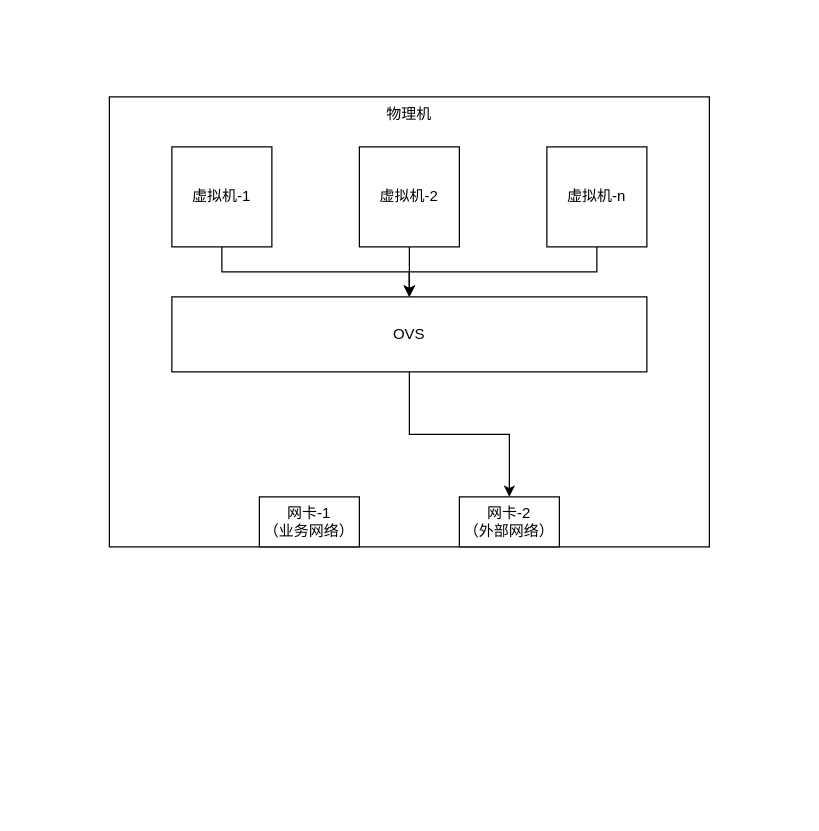
This is test.drawio from wangkuntian/draw, a draw.io file, before an edit. Source tidied: cells renumbered, new cells numbered last; positions are measured from the earlier drawing's top-left corner, leaving out a move shared by most shapes. Both pictures are drawn from the tidied source at 125%, with x=0, y=0 at pixel (109, 96).
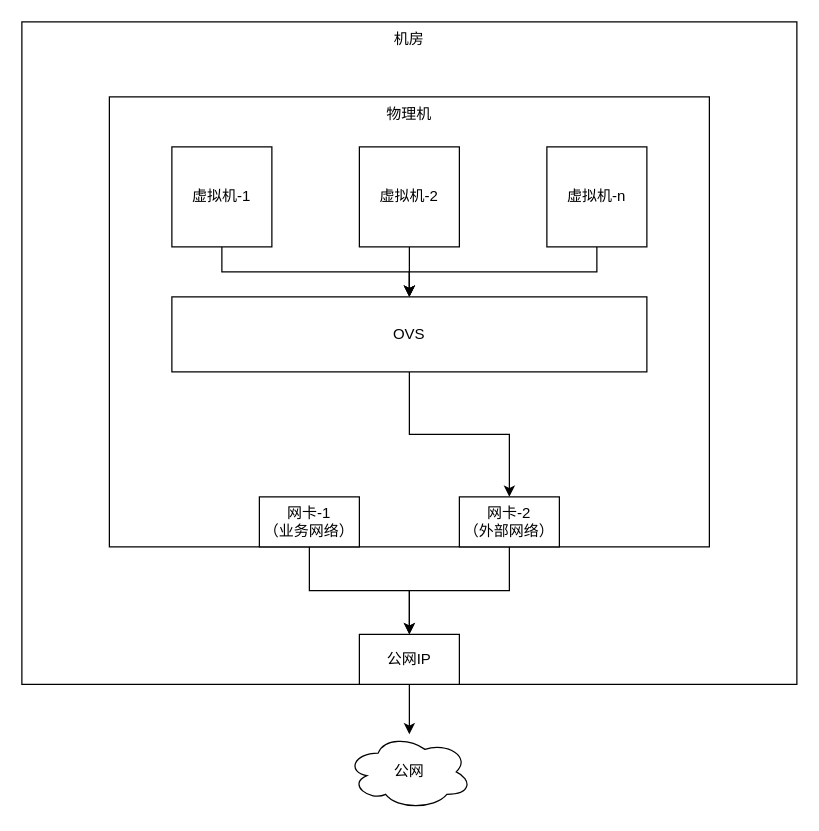
The same page after the edit.

What changed in the source:
```diff
@@
 <mxGraphModel>
   <root>
     <mxCell id="0" />
     <mxCell id="1" parent="0" />
+    <mxCell id="13" value="机房" style="rounded=0;whiteSpace=wrap;html=1;verticalAlign=top;" parent="1" vertex="1">
+      <mxGeometry x="-70" y="-60" width="620" height="530" as="geometry" />
+    </mxCell>
     <mxCell id="2" value="物理机" style="rounded=0;whiteSpace=wrap;html=1;verticalAlign=top;" parent="1" vertex="1">
       <mxGeometry width="480" height="360" as="geometry" />
     </mxCell>
     <mxCell id="3" style="edgeStyle=orthogonalEdgeStyle;rounded=0;jettySize=auto;html=1;" parent="1" edge="1" source="4" target="12">
       <mxGeometry relative="1" as="geometry" />
     </mxCell>
     <mxCell id="4" value="虚拟机-1" style="rounded=0;whiteSpace=wrap;html=1;" parent="1" vertex="1">
       <mxGeometry x="50" y="40" width="80" height="80" as="geometry" />
     </mxCell>
     <mxCell id="5" style="edgeStyle=orthogonalEdgeStyle;rounded=0;jettySize=auto;html=1;" parent="1" edge="1" source="6" target="12">
       <mxGeometry relative="1" as="geometry" />
     </mxCell>
     <mxCell id="6" value="虚拟机-2" style="rounded=0;whiteSpace=wrap;html=1;" parent="1" vertex="1">
       <mxGeometry x="200" y="40" width="80" height="80" as="geometry" />
     </mxCell>
     <mxCell id="7" style="edgeStyle=orthogonalEdgeStyle;rounded=0;jettySize=auto;html=1;" parent="1" edge="1" source="8" target="12">
       <mxGeometry relative="1" as="geometry" />
     </mxCell>
     <mxCell id="8" value="虚拟机-n" style="rounded=0;whiteSpace=wrap;html=1;" parent="1" vertex="1">
       <mxGeometry x="350" y="40" width="80" height="80" as="geometry" />
     </mxCell>
+    <mxCell id="14" style="edgeStyle=orthogonalEdgeStyle;rounded=0;jettySize=auto;html=1;" parent="1" edge="1" source="9" target="17">
+      <mxGeometry relative="1" as="geometry" />
+    </mxCell>
     <mxCell id="9" value="网卡-1&lt;br&gt;（业务网络）" style="rounded=0;whiteSpace=wrap;html=1;" parent="1" vertex="1">
       <mxGeometry x="120" y="320" width="80" height="40" as="geometry" />
     </mxCell>
+    <mxCell id="15" style="edgeStyle=orthogonalEdgeStyle;rounded=0;jettySize=auto;html=1;entryX=0.5;entryY=0;entryDx=0;entryDy=0;" parent="1" edge="1" source="10" target="17">
+      <mxGeometry relative="1" as="geometry" />
+    </mxCell>
     <mxCell id="10" value="网卡-2&lt;br&gt;（外部网络）" style="rounded=0;whiteSpace=wrap;html=1;" parent="1" vertex="1">
       <mxGeometry x="280" y="320" width="80" height="40" as="geometry" />
     </mxCell>
     <mxCell id="11" style="edgeStyle=orthogonalEdgeStyle;rounded=0;jettySize=auto;html=1;entryX=0.5;entryY=0;entryDx=0;entryDy=0;" parent="1" edge="1" source="12" target="10">
       <mxGeometry relative="1" as="geometry" />
     </mxCell>
     <mxCell id="12" value="OVS" style="rounded=0;whiteSpace=wrap;html=1;" parent="1" vertex="1">
       <mxGeometry x="50" y="160" width="380" height="60" as="geometry" />
     </mxCell>
+    <mxCell id="16" style="edgeStyle=orthogonalEdgeStyle;rounded=0;jettySize=auto;html=1;" parent="1" edge="1" source="17" target="18">
+      <mxGeometry relative="1" as="geometry" />
+    </mxCell>
+    <mxCell id="17" value="公网IP" style="rounded=0;whiteSpace=wrap;html=1;" parent="1" vertex="1">
+      <mxGeometry x="200" y="430" width="80" height="40" as="geometry" />
+    </mxCell>
+    <mxCell id="18" value="公网" style="ellipse;shape=cloud;whiteSpace=wrap;html=1;align=center;" parent="1" vertex="1">
+      <mxGeometry x="190" y="510" width="100" height="60" as="geometry" />
+    </mxCell>
   </root>
 </mxGraphModel>
```
